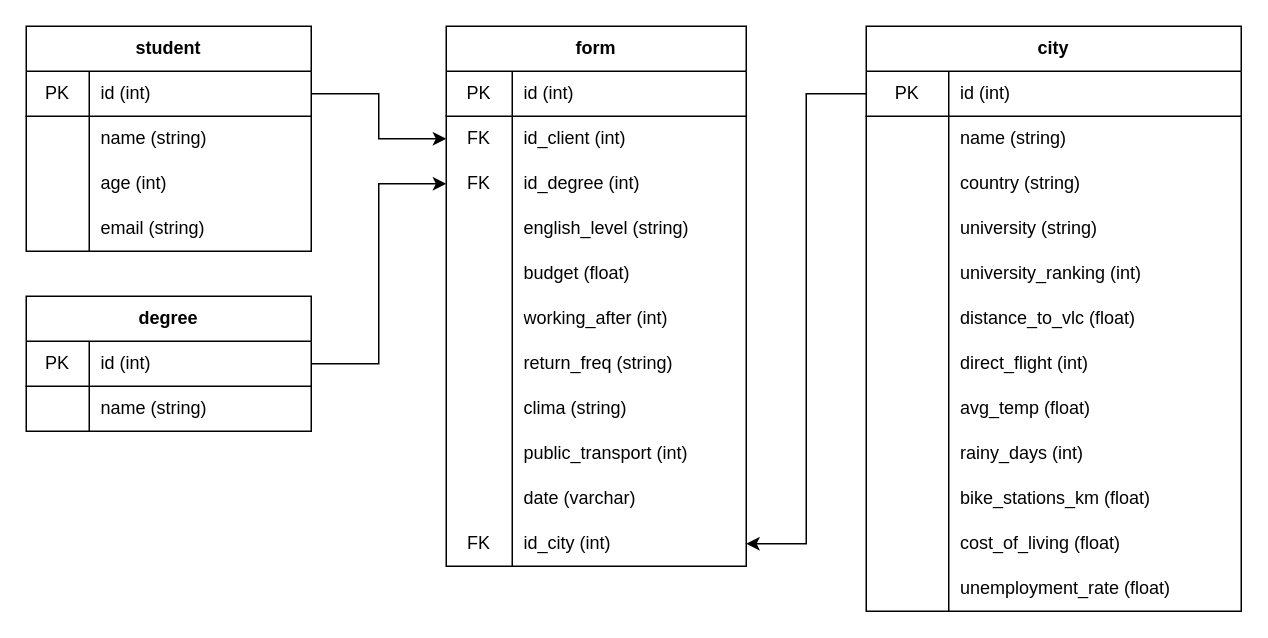
Above: WakeTeam_db.drawio in viasmo1/edem-mda-DP1-wake (draw.io), before the change. Source tidied: cells renumbered, new cells numbered last; positions are measured from the earlier drawing's top-left corner, leaving out a move shared by most shapes. Both pictures are drawn from the tidied source at 150%, with x=0, y=0 at pixel (26, 26).
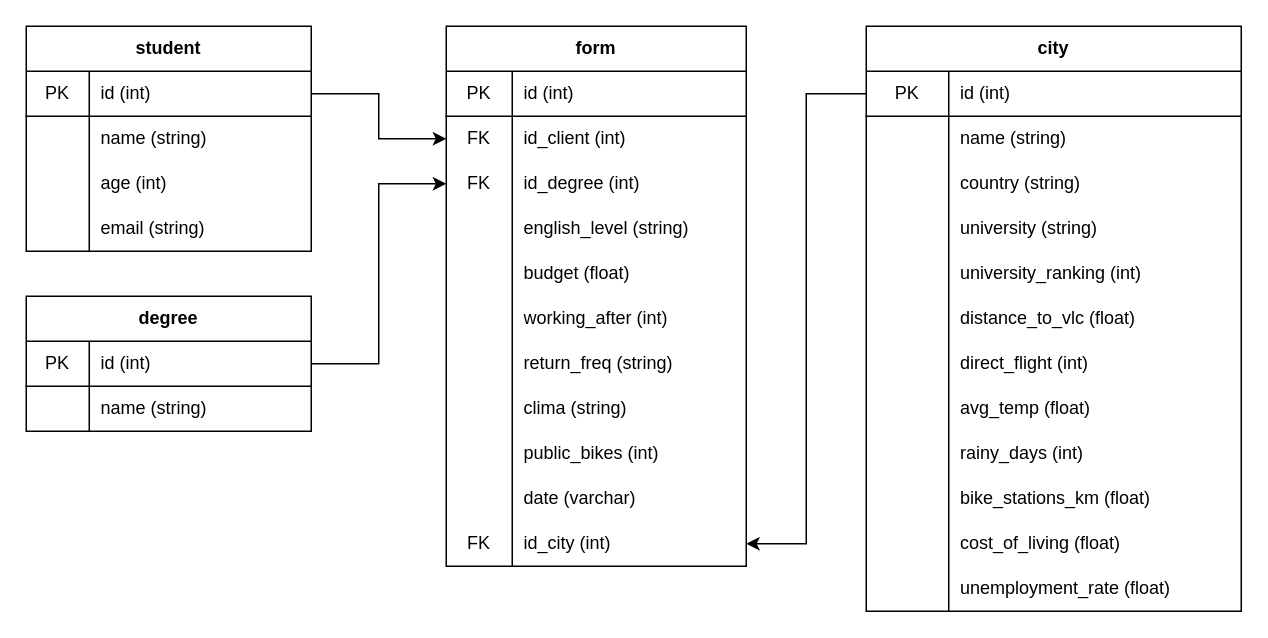
The same page after the edit.

The change refers to these unchanged cells:
```xml
<mxCell id="77" style="shape=partialRectangle;html=1;whiteSpace=wrap;fillColor=none;top=0;left=0;bottom=0;right=0;" parent="52" vertex="1">
  <mxGeometry y="270" width="200" height="30" as="geometry" />
</mxCell>
```

Change to the diagram source:
```diff
@@
-    <mxCell id="79" value="public_transport (int)" style="shape=partialRectangle;html=1;whiteSpace=wrap;fillColor=none;top=0;left=0;bottom=0;right=0;align=left;spacingLeft=6;overflow=hidden;" parent="77" vertex="1">
+    <mxCell id="79" value="public_bikes (int)" style="shape=partialRectangle;html=1;whiteSpace=wrap;fillColor=none;top=0;left=0;bottom=0;right=0;align=left;spacingLeft=6;overflow=hidden;" parent="77" vertex="1">
       <mxGeometry x="44" width="156" height="30" as="geometry" />
     </mxCell>
```
